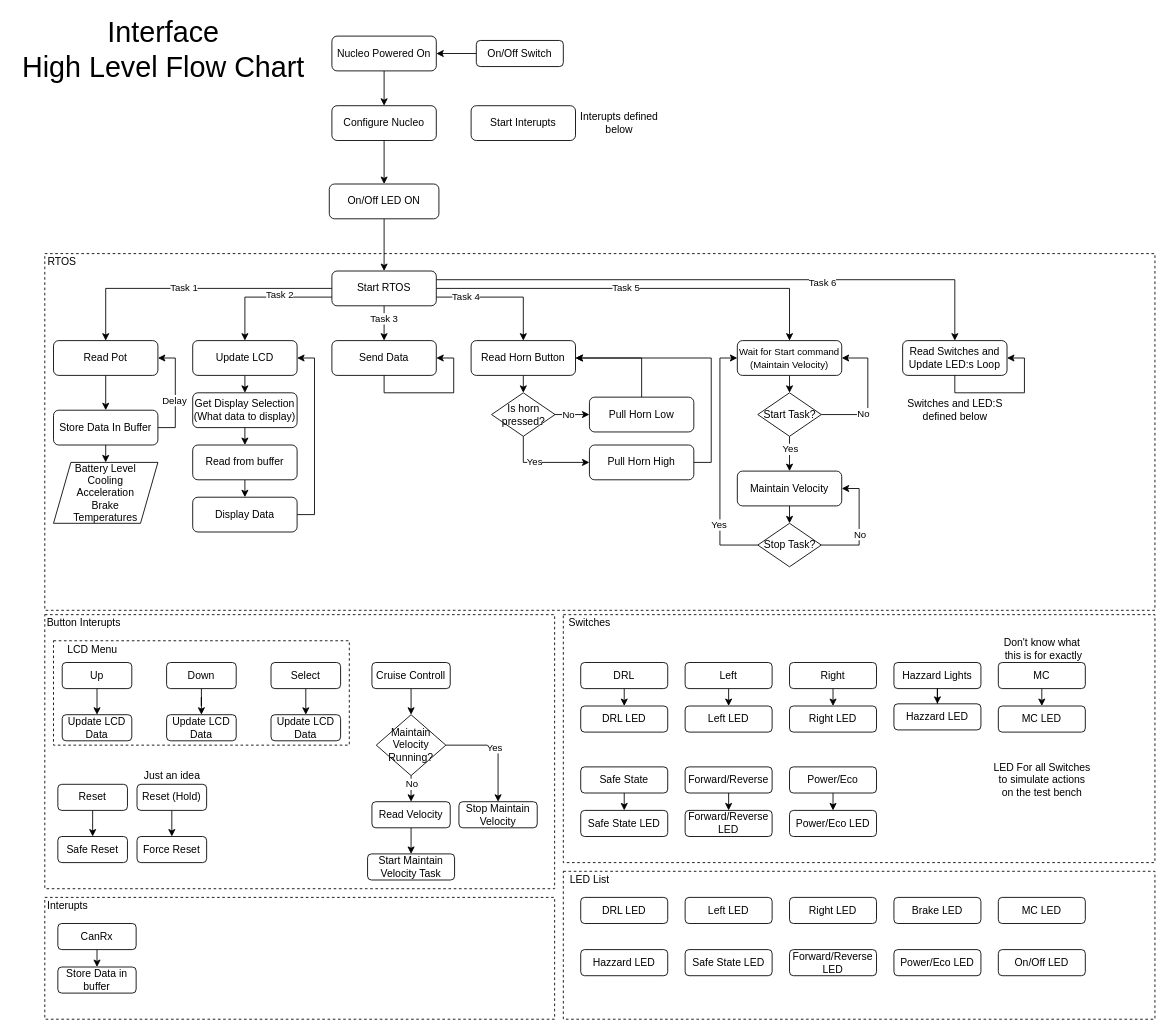
Before: page "Interface - High Level" (1 of 3) of Block diagrams/TestBenchFlowChart.drawio in Mojitas/MUST-Autonics, a draw.io diagram. Source tidied: cells renumbered, new cells numbered last; positions are measured from the earlier drawing's top-left corner, leaving out a move shared by most shapes. Both pictures are drawn from the tidied source at 87%, with x=0, y=0 at pixel (15, 27).
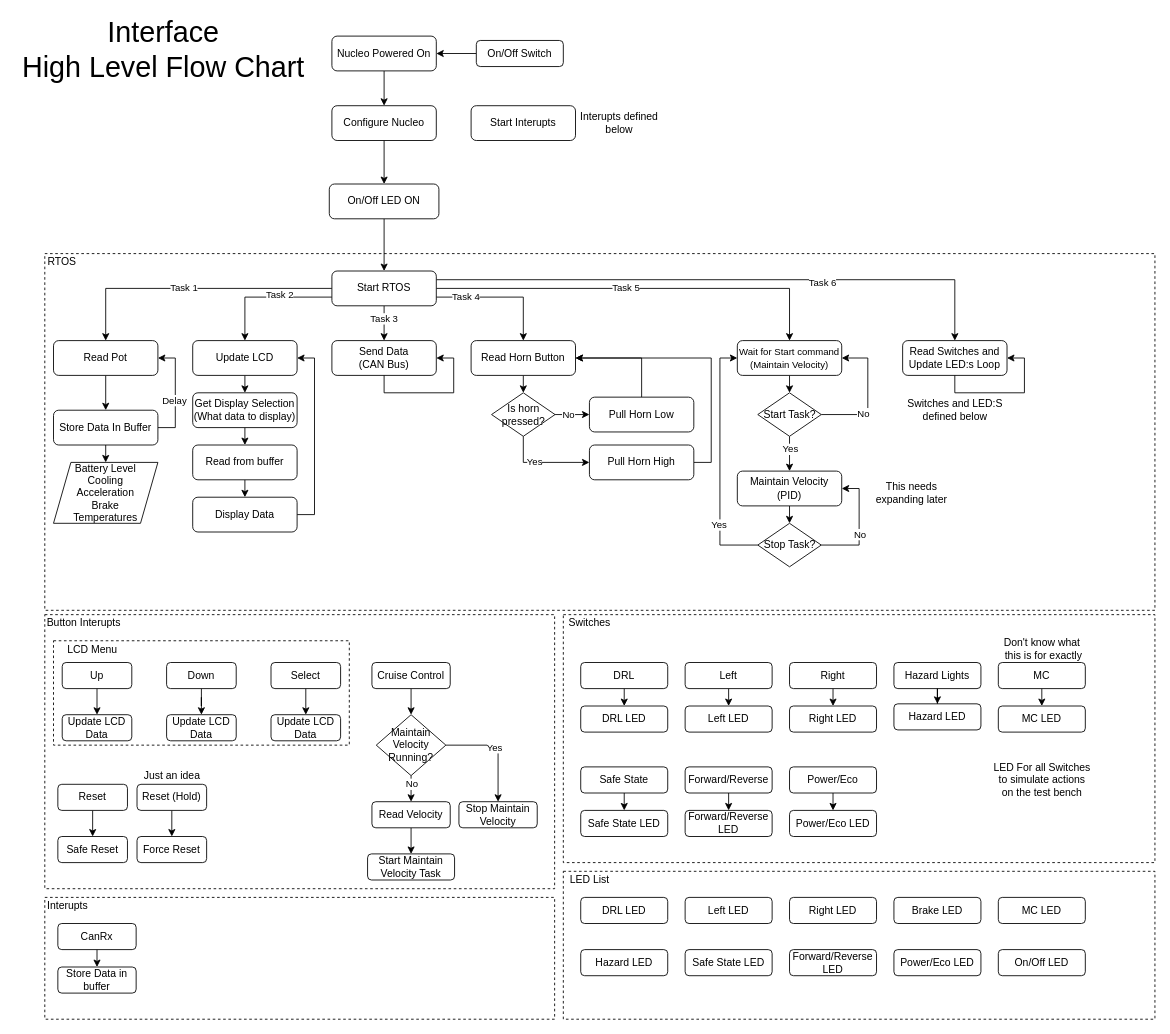
The same diagram, later.

Change to the diagram source:
```diff
@@
-    <mxCell id="23" value="Send Data" style="rounded=1;whiteSpace=wrap;html=1;fontSize=12;glass=0;strokeWidth=1;shadow=0;" parent="1" vertex="1">
+    <mxCell id="23" value="Send Data&lt;br&gt;(CAN Bus)" style="rounded=1;whiteSpace=wrap;html=1;fontSize=12;glass=0;strokeWidth=1;shadow=0;" parent="1" vertex="1">
       <mxGeometry x="364" y="360" width="120" height="40" as="geometry" />
     </mxCell>
@@
-    <mxCell id="59" value="Cruise Controll" style="rounded=1;whiteSpace=wrap;html=1;fontSize=12;glass=0;strokeWidth=1;shadow=0;" parent="1" vertex="1">
+    <mxCell id="59" value="Cruise Control" style="rounded=1;whiteSpace=wrap;html=1;fontSize=12;glass=0;strokeWidth=1;shadow=0;" parent="1" vertex="1">
       <mxGeometry x="410" y="730" width="90" height="30" as="geometry" />
     </mxCell>
@@
-    <mxCell id="70" value="Maintain Velocity" style="rounded=1;whiteSpace=wrap;html=1;fontSize=12;glass=0;strokeWidth=1;shadow=0;" parent="1" vertex="1">
+    <mxCell id="70" value="Maintain Velocity&lt;br&gt;(PID)" style="rounded=1;whiteSpace=wrap;html=1;fontSize=12;glass=0;strokeWidth=1;shadow=0;" parent="1" vertex="1">
       <mxGeometry x="830" y="510" width="120" height="40" as="geometry" />
     </mxCell>
@@
-    <mxCell id="91" value="Hazzard Lights" style="rounded=1;whiteSpace=wrap;html=1;fontSize=12;glass=0;strokeWidth=1;shadow=0;" parent="1" vertex="1">
+    <mxCell id="91" value="Hazard Lights" style="rounded=1;whiteSpace=wrap;html=1;fontSize=12;glass=0;strokeWidth=1;shadow=0;" parent="1" vertex="1">
       <mxGeometry x="1010" y="730" width="100" height="30" as="geometry" />
     </mxCell>
@@
-    <mxCell id="135" value="Hazzard LED" style="rounded=1;whiteSpace=wrap;html=1;fontSize=12;glass=0;strokeWidth=1;shadow=0;" parent="1" vertex="1">
+    <mxCell id="135" value="Hazard LED" style="rounded=1;whiteSpace=wrap;html=1;fontSize=12;glass=0;strokeWidth=1;shadow=0;" parent="1" vertex="1">
       <mxGeometry x="1010" y="777.5" width="100" height="30" as="geometry" />
     </mxCell>
@@
-    <mxCell id="138" value="Hazzard LED" style="rounded=1;whiteSpace=wrap;html=1;fontSize=12;glass=0;strokeWidth=1;shadow=0;" parent="1" vertex="1">
+    <mxCell id="138" value="Hazard LED" style="rounded=1;whiteSpace=wrap;html=1;fontSize=12;glass=0;strokeWidth=1;shadow=0;" parent="1" vertex="1">
       <mxGeometry x="650" y="1060" width="100" height="30" as="geometry" />
     </mxCell>
@@
+    <mxCell id="149" value="This needs&lt;br&gt;expanding later" style="text;html=1;align=center;verticalAlign=middle;" parent="1" vertex="1">
+      <mxGeometry x="980" y="520" width="100" height="30" as="geometry" />
+    </mxCell>
```
